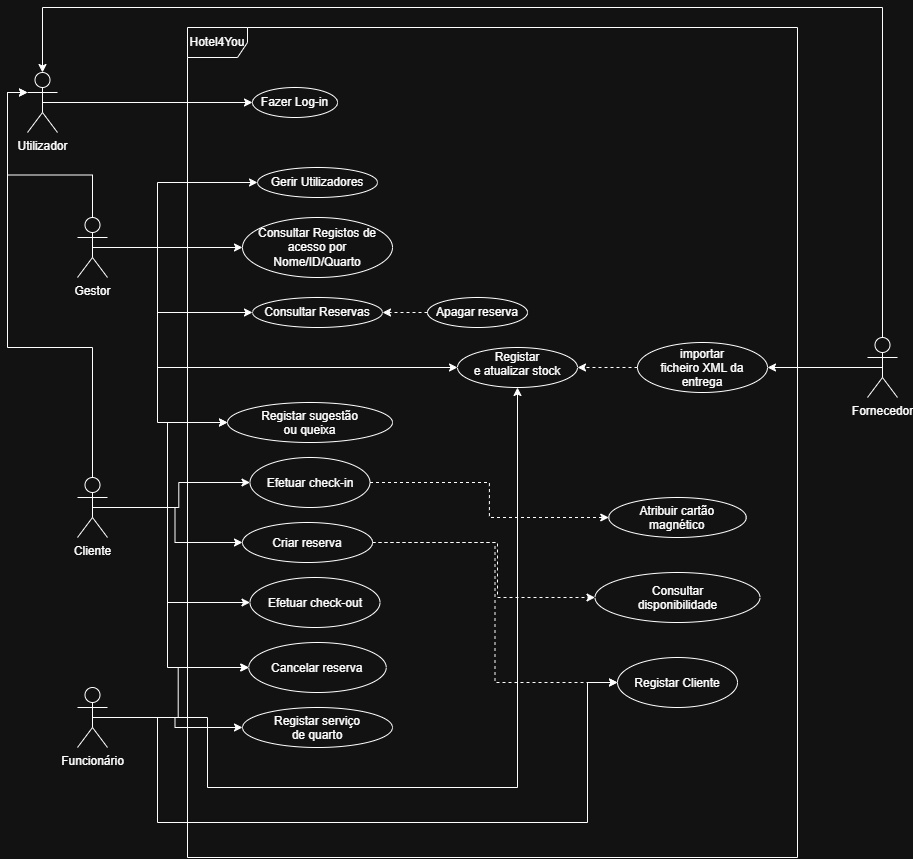
Above: UML/Diagrama_CasosUso.png in DinisPinheiro/LP3_G3 (draw.io), before the change. Source tidied: cells renumbered, new cells last; positions are measured from the earlier drawing's top-left corner, leaving out a move shared by most shapes.
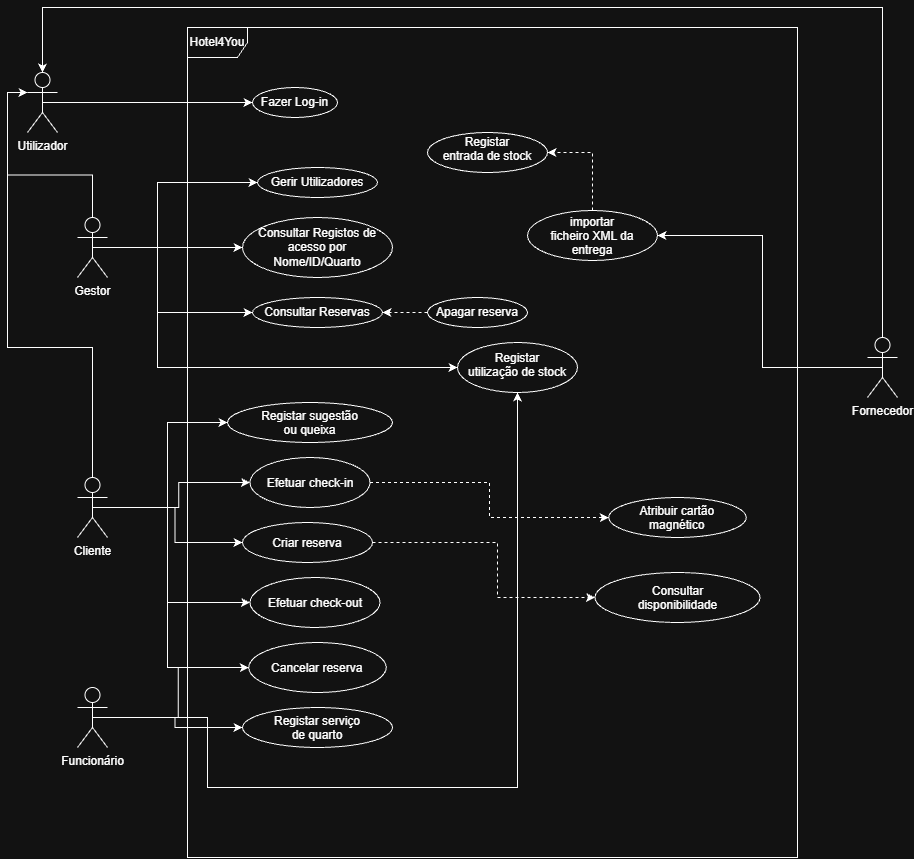
Later version of the same file.

Commit message:
Ajuste aos diagramas de Classes, Modelo e Casos de Uso.

Change to the diagram source:
```diff
@@ -32,14 +32,6 @@
         </Array>
       </mxGeometry>
     </mxCell>
-    <mxCell id="7" style="edgeStyle=orthogonalEdgeStyle;rounded=0;jettySize=auto;html=1;exitX=0.5;exitY=0.5;exitDx=0;exitDy=0;exitPerimeter=0;entryX=0;entryY=0.5;entryDx=0;entryDy=0;" parent="1" edge="1" source="8" target="26">
-      <mxGeometry relative="1" as="geometry">
-        <Array as="points">
-          <mxPoint x="150" y="240" />
-          <mxPoint x="150" y="415" />
-        </Array>
-      </mxGeometry>
-    </mxCell>
     <mxCell id="8" value="Gestor" style="shape=umlActor;verticalLabelPosition=bottom;verticalAlign=top;html=1;" parent="1" vertex="1">
       <mxGeometry x="70" y="210" width="30" height="60" as="geometry" />
     </mxCell>
@@ -67,8 +59,8 @@
     <mxCell id="16" value="Fazer Log-in" style="ellipse;whiteSpace=wrap;html=1;" parent="1" vertex="1">
       <mxGeometry x="245" y="80" width="85" height="30" as="geometry" />
     </mxCell>
-    <mxCell id="17" value="Registar e atualizar stock" style="ellipse;whiteSpace=wrap;html=1;shapeInside=1;" parent="1" vertex="1">
-      <mxGeometry x="450" y="340" width="120" height="40" as="geometry" />
+    <mxCell id="17" value="Registar utilização de stock&lt;div&gt;&lt;br/&gt;&lt;/div&gt;" style="ellipse;whiteSpace=wrap;html=1;shapeInside=1;" parent="1" vertex="1">
+      <mxGeometry x="450" y="335" width="120" height="50" as="geometry" />
     </mxCell>
     <mxCell id="18" style="edgeStyle=orthogonalEdgeStyle;rounded=0;jettySize=auto;html=1;exitX=0.5;exitY=0.5;exitDx=0;exitDy=0;exitPerimeter=0;entryX=0;entryY=0.5;entryDx=0;entryDy=0;" parent="1" edge="1" source="23" target="26">
       <mxGeometry relative="1" as="geometry" />
@@ -107,9 +99,6 @@
     <mxCell id="26" value="Registar sugestão ou queixa" style="ellipse;whiteSpace=wrap;html=1;shapeInside=1;" parent="1" vertex="1">
       <mxGeometry x="220" y="395" width="165" height="40" as="geometry" />
     </mxCell>
-    <mxCell id="27" style="edgeStyle=orthogonalEdgeStyle;rounded=0;jettySize=auto;html=1;exitX=1;exitY=0.5;exitDx=0;exitDy=0;entryX=0;entryY=0.5;entryDx=0;entryDy=0;dashed=1;" parent="1" edge="1" source="29" target="40">
-      <mxGeometry relative="1" as="geometry" />
-    </mxCell>
     <mxCell id="28" style="edgeStyle=orthogonalEdgeStyle;rounded=0;jettySize=auto;html=1;exitX=1;exitY=0.5;exitDx=0;exitDy=0;entryX=0;entryY=0.5;entryDx=0;entryDy=0;dashed=1;" parent="1" edge="1" source="29" target="42">
       <mxGeometry relative="1" as="geometry">
         <Array as="points">
@@ -154,25 +143,12 @@
     <mxCell id="36" style="edgeStyle=orthogonalEdgeStyle;rounded=0;jettySize=auto;html=1;exitX=0.5;exitY=0.5;exitDx=0;exitDy=0;exitPerimeter=0;entryX=0;entryY=0.5;entryDx=0;entryDy=0;" parent="1" edge="1" source="38" target="39">
       <mxGeometry relative="1" as="geometry" />
     </mxCell>
-    <mxCell id="37" style="edgeStyle=orthogonalEdgeStyle;rounded=0;jettySize=auto;html=1;exitX=0.5;exitY=0.5;exitDx=0;exitDy=0;exitPerimeter=0;entryX=0;entryY=0.5;entryDx=0;entryDy=0;" parent="1" edge="1" source="38" target="40">
-      <mxGeometry relative="1" as="geometry">
-        <Array as="points">
-          <mxPoint x="150" y="710" />
-          <mxPoint x="150" y="815" />
-          <mxPoint x="580" y="815" />
-          <mxPoint x="580" y="675" />
-        </Array>
-      </mxGeometry>
-    </mxCell>
     <mxCell id="38" value="Funcionário" style="shape=umlActor;verticalLabelPosition=bottom;verticalAlign=top;html=1;outlineConnect=0;" parent="1" vertex="1">
       <mxGeometry x="70" y="680" width="30" height="60" as="geometry" />
     </mxCell>
     <mxCell id="39" value="Cancelar reserva&lt;div&gt;&lt;br/&gt;&lt;/div&gt;" style="ellipse;whiteSpace=wrap;html=1;shapeInside=1;" parent="1" vertex="1">
       <mxGeometry x="241.2" y="635" width="137.5" height="50" as="geometry" />
     </mxCell>
-    <mxCell id="40" value="Registar Cliente" style="ellipse;whiteSpace=wrap;html=1;shapeInside=1;" parent="1" vertex="1">
-      <mxGeometry x="610" y="650" width="120" height="50" as="geometry" />
-    </mxCell>
     <mxCell id="41" value="Atribuir cartão magnético" style="ellipse;whiteSpace=wrap;html=1;shapeInside=1;" parent="1" vertex="1">
       <mxGeometry x="601.2" y="490" width="137.5" height="40" as="geometry" />
     </mxCell>
@@ -185,11 +161,11 @@
     <mxCell id="44" value="Fornecedor" style="shape=umlActor;verticalLabelPosition=bottom;verticalAlign=top;html=1;outlineConnect=0;" parent="1" vertex="1">
       <mxGeometry x="860" y="330" width="30" height="60" as="geometry" />
     </mxCell>
-    <mxCell id="45" style="edgeStyle=orthogonalEdgeStyle;rounded=0;jettySize=auto;html=1;exitX=0;exitY=0.5;exitDx=0;exitDy=0;entryX=1;entryY=0.5;entryDx=0;entryDy=0;dashed=1;" parent="1" edge="1" source="46" target="17">
-      <mxGeometry relative="1" as="geometry" />
-    </mxCell>
+    <mxCell id="48" style="edgeStyle=orthogonalEdgeStyle;rounded=0;jettySize=auto;html=1;exitX=0.5;exitY=0;exitDx=0;exitDy=0;entryX=1;entryY=0.5;entryDx=0;entryDy=0;defaultLabelBackgroundColor=gap;dashed=1;" parent="1" edge="1" source="46" target="49">
+      <mxGeometry relative="1" as="geometry" />
+    </mxCell>
     <mxCell id="46" value="importar ficheiro XML da entrega" style="ellipse;whiteSpace=wrap;html=1;shapeInside=1;" parent="1" vertex="1">
-      <mxGeometry x="630" y="335" width="130" height="50" as="geometry" />
+      <mxGeometry x="520" y="203" width="130" height="50" as="geometry" />
     </mxCell>
     <mxCell id="47" style="edgeStyle=orthogonalEdgeStyle;rounded=0;jettySize=auto;html=1;exitX=0.5;exitY=0;exitDx=0;exitDy=0;exitPerimeter=0;entryX=0.5;entryY=0;entryDx=0;entryDy=0;entryPerimeter=0;" parent="1" edge="1" source="44" target="15">
       <mxGeometry relative="1" as="geometry">
@@ -199,5 +175,8 @@
         </Array>
       </mxGeometry>
     </mxCell>
+    <mxCell id="49" value="Registar entrada de stock&lt;div&gt;&lt;br/&gt;&lt;/div&gt;" style="ellipse;whiteSpace=wrap;html=1;shapeInside=1;" parent="1" vertex="1">
+      <mxGeometry x="420" y="125" width="120" height="40" as="geometry" />
+    </mxCell>
   </root>
 </mxGraphModel>
```
